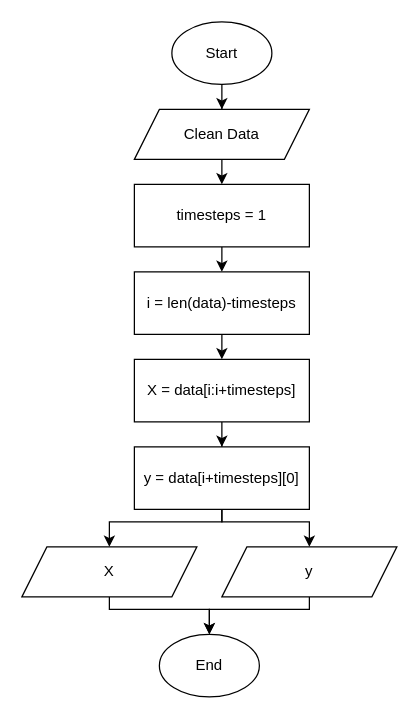
lullabymav/skrpsi keeps this draw.io diagram as page "Page-7" (5 of 8) of tahapan penelitian.drawio. Above is the earlier version. Source tidied: cells renumbered, new cells numbered last; positions are measured from the earlier drawing's top-left corner, leaving out a move shared by most shapes. Both pictures are drawn from the tidied source at 125%, with x=0, y=0 at pixel (21, 21).
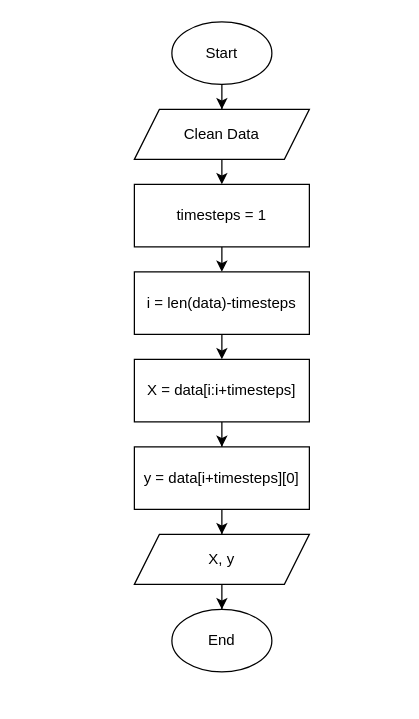
Above is the later version.

Unchanged cells that the change refers to:
```xml
<mxCell id="19" value="y = data[i+timesteps][0]" style="rounded=0;whiteSpace=wrap;html=1;" parent="1" vertex="1">
  <mxGeometry x="90" y="340" width="140" height="50" as="geometry" />
</mxCell>
```

What changed in the source:
```diff
@@
     <mxCell id="6" value="End" style="ellipse;whiteSpace=wrap;html=1;" parent="1" vertex="1">
-      <mxGeometry x="110" y="490" width="80" height="50" as="geometry" />
+      <mxGeometry x="120" y="470" width="80" height="50" as="geometry" />
     </mxCell>
@@
-    <mxCell id="13" style="edgeStyle=orthogonalEdgeStyle;rounded=0;jettySize=auto;html=1;exitX=0.5;exitY=1;exitDx=0;exitDy=0;entryX=0.5;entryY=0;entryDx=0;entryDy=0;" parent="1" edge="1" source="14" target="6">
-      <mxGeometry relative="1" as="geometry">
-        <Array as="points">
-          <mxPoint x="70" y="470" />
-          <mxPoint x="150" y="470" />
-        </Array>
-      </mxGeometry>
+    <mxCell id="13" style="edgeStyle=orthogonalEdgeStyle;rounded=0;jettySize=auto;html=1;" parent="1" edge="1" source="14" target="6">
+      <mxGeometry relative="1" as="geometry" />
     </mxCell>
-    <mxCell id="14" value="X" style="shape=parallelogram;perimeter=parallelogramPerimeter;whiteSpace=wrap;html=1;fixedSize=1;" parent="1" vertex="1">
-      <mxGeometry y="420" width="140" height="40" as="geometry" />
+    <mxCell id="14" value="X, y" style="shape=parallelogram;perimeter=parallelogramPerimeter;whiteSpace=wrap;html=1;fixedSize=1;" parent="1" vertex="1">
+      <mxGeometry x="90" y="410" width="140" height="40" as="geometry" />
     </mxCell>
-    <mxCell id="15" style="edgeStyle=orthogonalEdgeStyle;rounded=0;jettySize=auto;html=1;exitX=0.5;exitY=1;exitDx=0;exitDy=0;entryX=0.5;entryY=0;entryDx=0;entryDy=0;" parent="1" edge="1" source="16" target="6">
-      <mxGeometry relative="1" as="geometry">
-        <Array as="points">
-          <mxPoint x="230" y="470" />
-          <mxPoint x="150" y="470" />
-        </Array>
-      </mxGeometry>
-    </mxCell>
-    <mxCell id="16" value="y" style="shape=parallelogram;perimeter=parallelogramPerimeter;whiteSpace=wrap;html=1;fixedSize=1;" parent="1" vertex="1">
-      <mxGeometry x="160" y="420" width="140" height="40" as="geometry" />
-    </mxCell>
     <mxCell id="17" style="edgeStyle=orthogonalEdgeStyle;rounded=0;jettySize=auto;html=1;" parent="1" edge="1" source="19" target="14">
-      <mxGeometry relative="1" as="geometry">
-        <Array as="points">
-          <mxPoint x="160" y="400" />
-          <mxPoint x="70" y="400" />
-        </Array>
-      </mxGeometry>
+      <mxGeometry relative="1" as="geometry" />
     </mxCell>
-    <mxCell id="18" style="edgeStyle=orthogonalEdgeStyle;rounded=0;jettySize=auto;html=1;exitX=0.5;exitY=1;exitDx=0;exitDy=0;" parent="1" edge="1" source="19" target="16">
-      <mxGeometry relative="1" as="geometry">
-        <Array as="points">
-          <mxPoint x="160" y="400" />
-          <mxPoint x="230" y="400" />
-        </Array>
-      </mxGeometry>
-    </mxCell>
```
